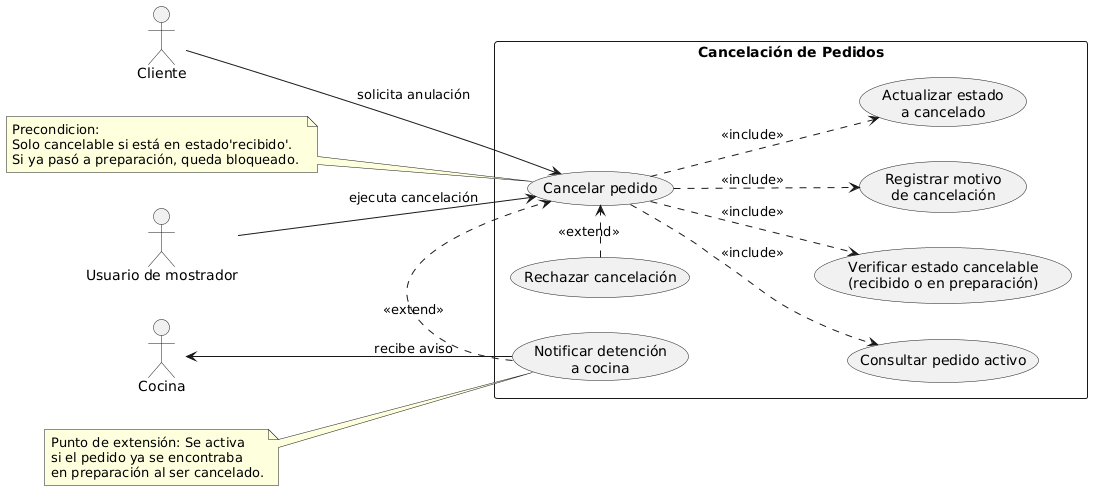
Earlier version of the PlantUML export diagramas/02-casos-de-uso/02-cancelar-pedido.png (cmariano93-netizen/SistemaPedidos).
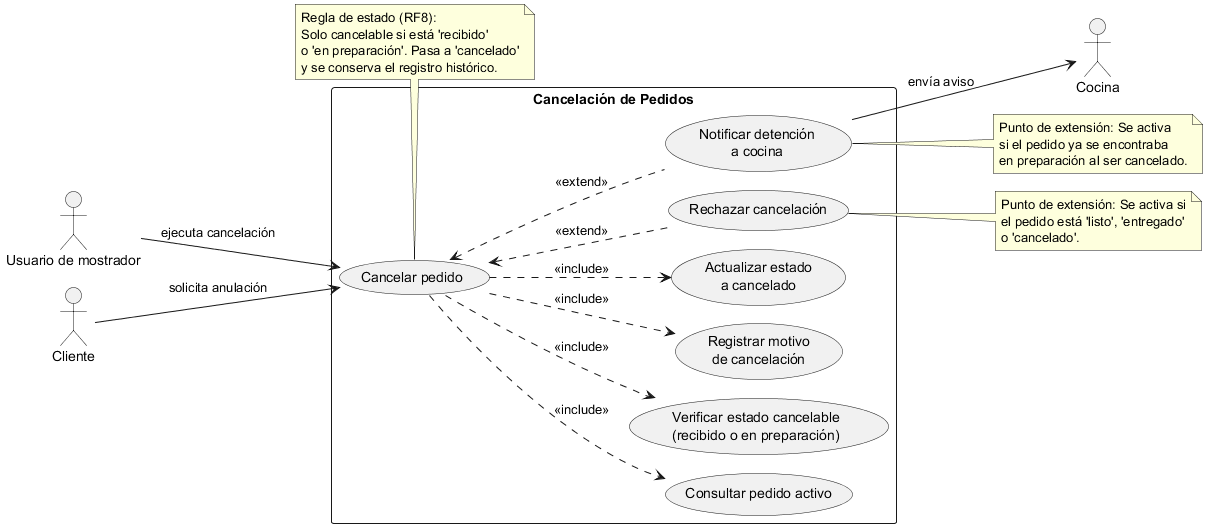
Above is the later version.

Change to the diagram source:
```diff
@@ -1,5 +1,8 @@
 @startuml
+!pragma layout smetana
 left to right direction
+skinparam packageStyle rectangle
+skinparam shadowing false
 
 actor "Usuario de mostrador" as Mostrador
 actor "Cliente" as Cliente
@@ -17,25 +20,33 @@
 
 Cliente --> UC_Cancelar : solicita anulación
 Mostrador --> UC_Cancelar : ejecuta cancelación
-Cocina <-- UC_NotificarCocina : recibe aviso
 
-UC_Cancelar -d.> UC_Consultar : <<include>>
-UC_Cancelar -d.> UC_VerificarEstado : <<include>>
-UC_Cancelar -d.> UC_Motivo : <<include>>
-UC_Cancelar -d.> UC_EstadoCancelado : <<include>>
+UC_Cancelar ..> UC_Consultar : <<include>>
+UC_Cancelar ..> UC_VerificarEstado : <<include>>
+UC_Cancelar ..> UC_Motivo : <<include>>
+UC_Cancelar ..> UC_EstadoCancelado : <<include>>
 
-UC_NotificarCocina .> UC_Cancelar : <<extend>>
-UC_Rechazar .> UC_Cancelar : <<extend>>
+UC_Cancelar <.. UC_NotificarCocina : <<extend>>
+UC_Cancelar <.. UC_Rechazar : <<extend>>
 
-note left of UC_Cancelar
-  Precondicion:
-  Solo cancelable si está en estado'recibido'.
-  Si ya pasó a preparación, queda bloqueado.
+UC_NotificarCocina --> Cocina : envía aviso
+
+note bottom of UC_Cancelar
+  Regla de estado (RF8):
+  Solo cancelable si está 'recibido'
+  o 'en preparación'. Pasa a 'cancelado'
+  y se conserva el registro histórico.
 end note
 
-note left of UC_NotificarCocina
+note right of UC_NotificarCocina
   Punto de extensión: Se activa
   si el pedido ya se encontraba
   en preparación al ser cancelado.
 end note
+
+note right of UC_Rechazar
+  Punto de extensión: Se activa si
+  el pedido está 'listo', 'entregado'
+  o 'cancelado'.
+end note
 @enduml
```
